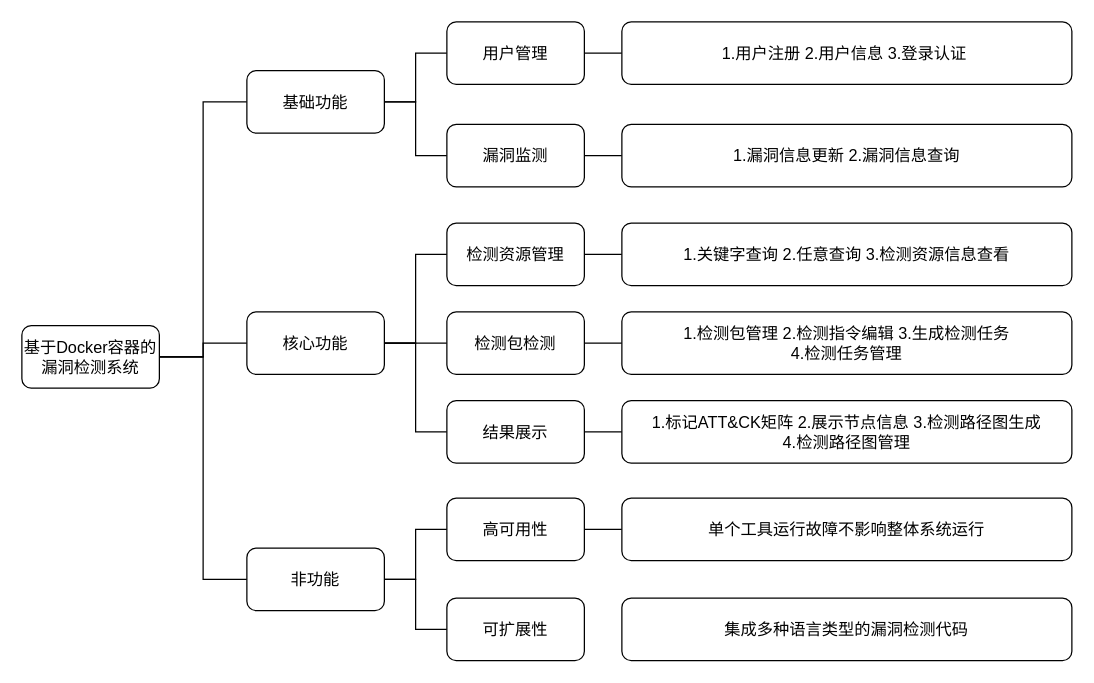
Niujieheng/GitHub_Jul keeps this draw.io diagram as 功能需求.drawio. Above is the earlier version. Source tidied: cells renumbered, new cells numbered last; positions are measured from the earlier drawing's top-left corner, leaving out a move shared by most shapes. Both pictures are drawn from the tidied source at 125%, with x=0, y=0 at pixel (21, 21).
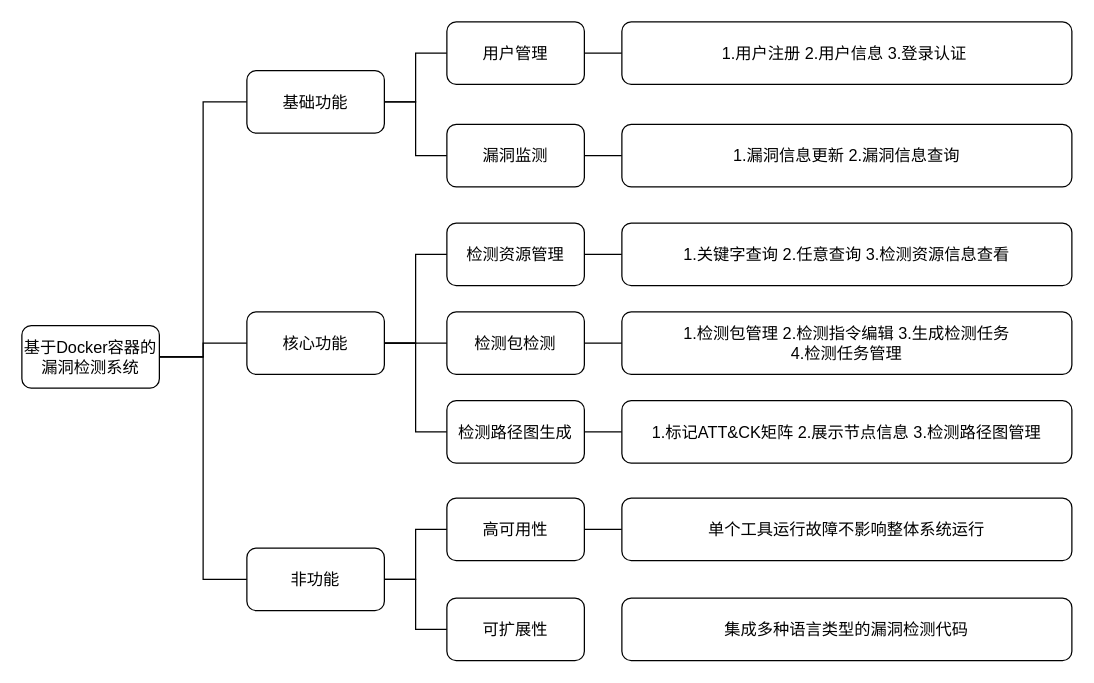
Above is the later version.

Commit message:
更新功能需求.drawio

Diff of the diagram source:
```diff
@@
-    <mxCell id="18" value="结果展示" style="rounded=1;whiteSpace=wrap;html=1;fontSize=13;" parent="1" vertex="1">
+    <mxCell id="18" value="检测路径图生成" style="rounded=1;whiteSpace=wrap;html=1;fontSize=13;" parent="1" vertex="1">
       <mxGeometry x="340" y="303" width="110" height="50" as="geometry" />
     </mxCell>
@@
-    <mxCell id="24" value="1.标记ATT&amp;amp;CK矩阵 2.展示节点信息 3.检测路径图生成&lt;br&gt;4.检测路径图管理" style="rounded=1;whiteSpace=wrap;html=1;fontSize=13;" parent="1" vertex="1">
+    <mxCell id="24" value="1.标记ATT&amp;amp;CK矩阵 2.展示节点信息 3.检测路径图管理" style="rounded=1;whiteSpace=wrap;html=1;fontSize=13;" parent="1" vertex="1">
       <mxGeometry x="480" y="303" width="360" height="50" as="geometry" />
     </mxCell>
```
